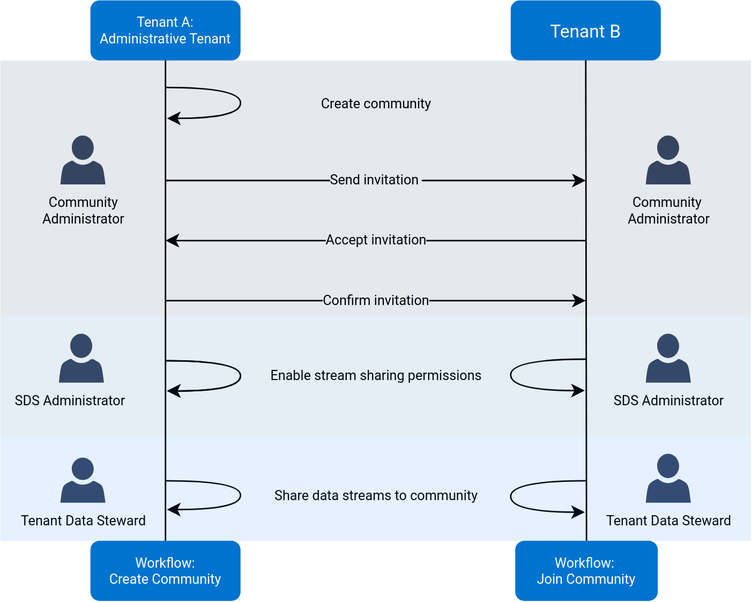
Above: content/communities/images/workflow-community-setup.drawio.svg in AVEVA/CONNECT-data-services-developer-docs (draw.io), before the change. Source tidied: cells renumbered, new cells last; positions are measured from the earlier drawing's top-left corner, leaving out a move shared by most shapes.
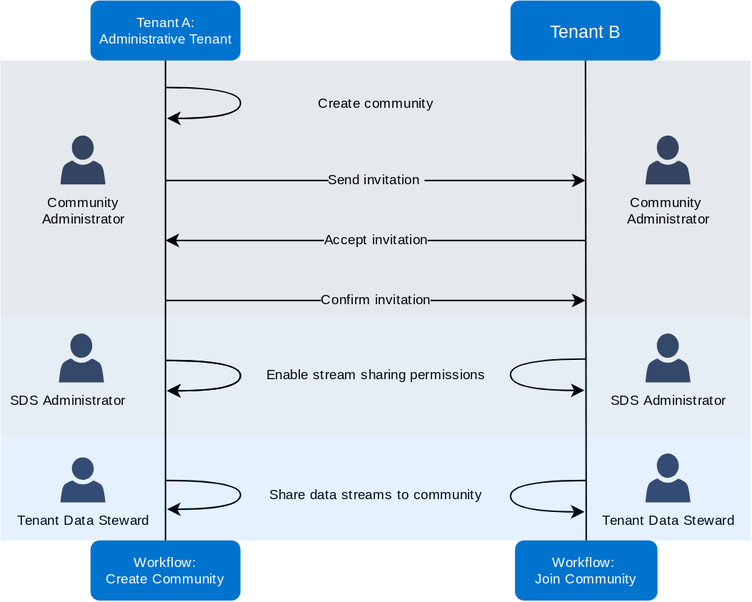
Later version of the same file.

Commit message:
updating backgrounds, fonts

Change to the diagram source:
```diff
@@ -1,14 +1,14 @@
-<mxGraphModel>
+<mxGraphModel background="#FFFFFF">
   <root>
     <mxCell id="0" />
     <mxCell id="1" parent="0" />
-    <mxCell id="2" style="group;" parent="1" vertex="1">
+    <mxCell id="2" style="group;fontFamily=segoe ui;fontSource=https%3A%2F%2Ffonts.googleapis.com%2Fcss2%3Ffamily%3DTitillium%2BWeb%26display%3Dswap;" parent="1" vertex="1">
       <mxGeometry width="500" height="400" as="geometry" />
     </mxCell>
-    <mxCell id="3" value="Tenant A:&#10;Administrative Tenant" style="shape=umlLifeline;perimeter=lifelinePerimeter;rounded=1;shadow=0;strokeWidth=1;fontFamily=roboto;fontSource=https%3A%2F%2Ffonts.googleapis.com%2Fcss%3Ffamily%3Droboto;fillColor=#0073CF;fontColor=#FFFFFF;strokeColor=none;fontSize=9;" parent="2" vertex="1">
+    <mxCell id="3" value="Tenant A:&#10;Administrative Tenant" style="shape=umlLifeline;perimeter=lifelinePerimeter;rounded=1;shadow=0;strokeWidth=1;fontFamily=segoe ui;fontSource=https%3A%2F%2Ffonts.googleapis.com%2Fcss2%3Ffamily%3DTitillium%2BWeb%26display%3Dswap;fillColor=#0073CF;fontColor=#FFFFFF;strokeColor=none;fontSize=9;" parent="2" vertex="1">
       <mxGeometry x="60" width="100" height="360" as="geometry" />
     </mxCell>
-    <mxCell id="4" style="endArrow=classic;html=1;rounded=0;fontSize=9;edgeStyle=orthogonalEdgeStyle;curved=1;entryX=0.51;entryY=0.221;entryDx=0;entryDy=0;entryPerimeter=0;startArrow=none;exitX=0.508;exitY=0.165;exitDx=0;exitDy=0;exitPerimeter=0;fontFamily=roboto;fontSource=https%3A%2F%2Ffonts.googleapis.com%2Fcss%3Ffamily%3Droboto;" parent="3" edge="1">
+    <mxCell id="4" style="endArrow=classic;html=1;rounded=0;fontSize=9;edgeStyle=orthogonalEdgeStyle;curved=1;entryX=0.51;entryY=0.221;entryDx=0;entryDy=0;entryPerimeter=0;startArrow=none;exitX=0.508;exitY=0.165;exitDx=0;exitDy=0;exitPerimeter=0;fontFamily=segoe ui;fontSource=https%3A%2F%2Ffonts.googleapis.com%2Fcss2%3Ffamily%3DTitillium%2BWeb%26display%3Dswap;" parent="3" edge="1">
       <mxGeometry x="0.03" y="30" relative="1" as="geometry">
         <mxPoint x="50.8" y="240" as="sourcePoint" />
         <mxPoint x="51" y="260.2" as="targetPoint" />
@@ -18,10 +18,10 @@
         </Array>
       </mxGeometry>
     </mxCell>
-    <mxCell id="5" value="Tenant B" style="shape=umlLifeline;perimeter=lifelinePerimeter;rounded=1;shadow=0;strokeWidth=1;strokeColor=none;fontFamily=roboto;fontSource=https%3A%2F%2Ffonts.googleapis.com%2Fcss%3Ffamily%3Droboto;fillColor=#0073CF;fontColor=#FFFFFF;" parent="2" vertex="1">
+    <mxCell id="5" value="Tenant B" style="shape=umlLifeline;perimeter=lifelinePerimeter;rounded=1;shadow=0;strokeWidth=1;strokeColor=none;fontFamily=segoe ui;fontSource=https%3A%2F%2Ffonts.googleapis.com%2Fcss2%3Ffamily%3DTitillium%2BWeb%26display%3Dswap;fillColor=#0073CF;fontColor=#FFFFFF;" parent="2" vertex="1">
       <mxGeometry x="340" width="100" height="360" as="geometry" />
     </mxCell>
-    <mxCell id="6" style="endArrow=classic;html=1;rounded=0;fontSize=9;edgeStyle=orthogonalEdgeStyle;curved=1;entryX=0.494;entryY=0.722;entryDx=0;entryDy=0;entryPerimeter=0;startArrow=none;endFill=1;startFill=0;fontFamily=roboto;fontSource=https%3A%2F%2Ffonts.googleapis.com%2Fcss%3Ffamily%3Droboto;" parent="5" edge="1">
+    <mxCell id="6" style="endArrow=classic;html=1;rounded=0;fontSize=9;edgeStyle=orthogonalEdgeStyle;curved=1;entryX=0.494;entryY=0.722;entryDx=0;entryDy=0;entryPerimeter=0;startArrow=none;endFill=1;startFill=0;fontFamily=segoe ui;fontSource=https%3A%2F%2Ffonts.googleapis.com%2Fcss2%3Ffamily%3DTitillium%2BWeb%26display%3Dswap;" parent="5" edge="1">
       <mxGeometry y="-30" relative="1" as="geometry">
         <mxPoint x="50" y="320" as="sourcePoint" />
         <mxPoint x="49.4" y="340.9" as="targetPoint" />
@@ -31,10 +31,10 @@
         </Array>
       </mxGeometry>
     </mxCell>
-    <mxCell id="7" value="&lt;font style=&quot;font-size: 9px;&quot;&gt;Workflow:&amp;nbsp;&lt;br&gt;Join Community&lt;br&gt;&lt;/font&gt;" style="rounded=1;whiteSpace=wrap;html=1;fontSize=9;strokeColor=none;fontFamily=roboto;fontSource=https%3A%2F%2Ffonts.googleapis.com%2Fcss%3Ffamily%3Droboto;fillColor=#0073CF;fontColor=#FFFFFF;glass=0;" parent="2" vertex="1">
+    <mxCell id="7" value="&lt;font style=&quot;font-size: 9px;&quot;&gt;Workflow:&amp;nbsp;&lt;br&gt;Join Community&lt;br&gt;&lt;/font&gt;" style="rounded=1;whiteSpace=wrap;html=1;fontSize=9;strokeColor=none;fontFamily=segoe ui;fontSource=https%3A%2F%2Ffonts.googleapis.com%2Fcss2%3Ffamily%3DTitillium%2BWeb%26display%3Dswap;fillColor=#0073CF;fontColor=#FFFFFF;glass=0;" parent="2" vertex="1">
       <mxGeometry x="343" y="360" width="95" height="40" as="geometry" />
     </mxCell>
-    <mxCell id="8" value="Create community" style="endArrow=classic;html=1;rounded=0;fontSize=9;edgeStyle=orthogonalEdgeStyle;curved=1;entryX=0.51;entryY=0.221;entryDx=0;entryDy=0;entryPerimeter=0;startArrow=none;fontFamily=roboto;fontSource=https%3A%2F%2Ffonts.googleapis.com%2Fcss%3Ffamily%3Droboto;" parent="2" edge="1">
+    <mxCell id="8" value="Create community" style="endArrow=classic;html=1;rounded=0;fontSize=9;edgeStyle=orthogonalEdgeStyle;curved=1;entryX=0.51;entryY=0.221;entryDx=0;entryDy=0;entryPerimeter=0;startArrow=none;fontFamily=segoe ui;fontSource=https%3A%2F%2Ffonts.googleapis.com%2Fcss2%3Ffamily%3DTitillium%2BWeb%26display%3Dswap;" parent="2" edge="1">
       <mxGeometry x="0.03" y="90" relative="1" as="geometry">
         <mxPoint x="110" y="58" as="sourcePoint" />
         <mxPoint x="111" y="78.6" as="targetPoint" />
@@ -44,28 +44,28 @@
         </Array>
       </mxGeometry>
     </mxCell>
-    <mxCell id="9" value="&lt;font style=&quot;font-size: 9px;&quot;&gt;Workflow: &lt;br&gt;Create Community&lt;/font&gt;" style="rounded=1;whiteSpace=wrap;html=1;fontSize=9;strokeColor=none;fontFamily=roboto;fontSource=https%3A%2F%2Ffonts.googleapis.com%2Fcss%3Ffamily%3Droboto;fillColor=#0073CF;fontColor=#FFFFFF;glass=0;" parent="2" vertex="1">
+    <mxCell id="9" value="&lt;font style=&quot;font-size: 9px;&quot;&gt;Workflow: &lt;br&gt;Create Community&lt;/font&gt;" style="rounded=1;whiteSpace=wrap;html=1;fontSize=9;strokeColor=none;fontFamily=segoe ui;fontSource=https%3A%2F%2Ffonts.googleapis.com%2Fcss2%3Ffamily%3DTitillium%2BWeb%26display%3Dswap;fillColor=#0073CF;fontColor=#FFFFFF;glass=0;" parent="2" vertex="1">
       <mxGeometry x="60" y="360" width="100" height="40" as="geometry" />
     </mxCell>
-    <mxCell id="10" value="Send invitation&amp;nbsp;" style="endArrow=classic;html=1;rounded=0;fontSize=9;curved=1;fontFamily=roboto;fontSource=https%3A%2F%2Ffonts.googleapis.com%2Fcss%3Ffamily%3Droboto;labelBackgroundColor=default;" parent="2" edge="1">
+    <mxCell id="10" value="Send invitation&amp;nbsp;" style="endArrow=classic;html=1;rounded=0;fontSize=9;curved=1;fontFamily=segoe ui;fontSource=https%3A%2F%2Ffonts.googleapis.com%2Fcss2%3Ffamily%3DTitillium%2BWeb%26display%3Dswap;labelBackgroundColor=default;" parent="2" edge="1">
       <mxGeometry relative="1" as="geometry">
         <mxPoint x="110" y="120" as="sourcePoint" />
         <mxPoint x="390" y="120" as="targetPoint" />
       </mxGeometry>
     </mxCell>
-    <mxCell id="11" value="Accept invitation" style="endArrow=classic;html=1;rounded=0;fontSize=9;curved=1;fontFamily=roboto;fontSource=https%3A%2F%2Ffonts.googleapis.com%2Fcss%3Ffamily%3Droboto;" parent="2" edge="1">
+    <mxCell id="11" value="Accept invitation" style="endArrow=classic;html=1;rounded=0;fontSize=9;curved=1;fontFamily=segoe ui;fontSource=https%3A%2F%2Ffonts.googleapis.com%2Fcss2%3Ffamily%3DTitillium%2BWeb%26display%3Dswap;" parent="2" edge="1">
       <mxGeometry relative="1" as="geometry">
         <mxPoint x="390" y="160" as="sourcePoint" />
         <mxPoint x="110" y="160" as="targetPoint" />
       </mxGeometry>
     </mxCell>
-    <mxCell id="12" value="Confirm invitation" style="endArrow=classic;html=1;rounded=0;fontSize=9;curved=1;fontFamily=roboto;fontSource=https%3A%2F%2Ffonts.googleapis.com%2Fcss%3Ffamily%3Droboto;" parent="2" edge="1">
+    <mxCell id="12" value="Confirm invitation" style="endArrow=classic;html=1;rounded=0;fontSize=9;curved=1;fontFamily=segoe ui;fontSource=https%3A%2F%2Ffonts.googleapis.com%2Fcss2%3Ffamily%3DTitillium%2BWeb%26display%3Dswap;" parent="2" edge="1">
       <mxGeometry relative="1" as="geometry">
         <mxPoint x="110" y="200" as="sourcePoint" />
         <mxPoint x="390" y="200" as="targetPoint" />
       </mxGeometry>
     </mxCell>
-    <mxCell id="13" value="Enable stream sharing permissions" style="endArrow=classic;html=1;rounded=0;fontSize=9;edgeStyle=orthogonalEdgeStyle;curved=1;entryX=0.51;entryY=0.221;entryDx=0;entryDy=0;entryPerimeter=0;startArrow=none;fontFamily=roboto;fontSource=https%3A%2F%2Ffonts.googleapis.com%2Fcss%3Ffamily%3Droboto;" parent="2" edge="1">
+    <mxCell id="13" value="Enable stream sharing permissions" style="endArrow=classic;html=1;rounded=0;fontSize=9;edgeStyle=orthogonalEdgeStyle;curved=1;entryX=0.51;entryY=0.221;entryDx=0;entryDy=0;entryPerimeter=0;startArrow=none;fontFamily=segoe ui;fontSource=https%3A%2F%2Ffonts.googleapis.com%2Fcss2%3Ffamily%3DTitillium%2BWeb%26display%3Dswap;" parent="2" edge="1">
       <mxGeometry y="90" relative="1" as="geometry">
         <mxPoint x="110" y="240" as="sourcePoint" />
         <mxPoint x="111" y="260.2" as="targetPoint" />
@@ -75,7 +75,7 @@
         </Array>
       </mxGeometry>
     </mxCell>
-    <mxCell id="14" style="endArrow=classic;html=1;rounded=0;fontSize=9;edgeStyle=orthogonalEdgeStyle;curved=1;entryX=0.494;entryY=0.722;entryDx=0;entryDy=0;entryPerimeter=0;startArrow=none;endFill=1;startFill=0;fontFamily=roboto;fontSource=https%3A%2F%2Ffonts.googleapis.com%2Fcss%3Ffamily%3Droboto;" parent="2" edge="1" target="5">
+    <mxCell id="14" style="endArrow=classic;html=1;rounded=0;fontSize=9;edgeStyle=orthogonalEdgeStyle;curved=1;entryX=0.494;entryY=0.722;entryDx=0;entryDy=0;entryPerimeter=0;startArrow=none;endFill=1;startFill=0;fontFamily=segoe ui;fontSource=https%3A%2F%2Ffonts.googleapis.com%2Fcss2%3Ffamily%3DTitillium%2BWeb%26display%3Dswap;" parent="2" edge="1" target="5">
       <mxGeometry y="-30" relative="1" as="geometry">
         <mxPoint x="390" y="239" as="sourcePoint" />
         <Array as="points">
@@ -84,13 +84,13 @@
         </Array>
       </mxGeometry>
     </mxCell>
-    <mxCell id="15" value="Community&amp;nbsp;&lt;br style=&quot;font-size: 9px;&quot;&gt;Administrator" style="sketch=0;shadow=0;dashed=0;html=1;strokeColor=none;fillColor=#3a4763;labelPosition=center;verticalLabelPosition=bottom;verticalAlign=top;align=center;shape=mxgraph.office.users.user;fontSize=9;fontFamily=roboto;fontSource=https%3A%2F%2Ffonts.googleapis.com%2Fcss%3Ffamily%3Droboto;" parent="2" vertex="1">
+    <mxCell id="15" value="Community&amp;nbsp;&lt;br style=&quot;font-size: 9px;&quot;&gt;Administrator" style="sketch=0;shadow=0;dashed=0;html=1;strokeColor=none;fillColor=#3a4763;labelPosition=center;verticalLabelPosition=bottom;verticalAlign=top;align=center;shape=mxgraph.office.users.user;fontSize=9;fontFamily=segoe ui;fontSource=https%3A%2F%2Ffonts.googleapis.com%2Fcss2%3Ffamily%3DTitillium%2BWeb%26display%3Dswap;" parent="2" vertex="1">
       <mxGeometry x="430" y="90" width="30" height="32.6" as="geometry" />
     </mxCell>
-    <mxCell id="16" value="SDS Administrator" style="sketch=0;shadow=0;dashed=0;html=1;strokeColor=none;fillColor=#3a4763;labelPosition=center;verticalLabelPosition=bottom;verticalAlign=top;align=center;shape=mxgraph.office.users.user;fontSize=9;fontFamily=roboto;fontSource=https%3A%2F%2Ffonts.googleapis.com%2Fcss%3Ffamily%3Droboto;" parent="2" vertex="1">
+    <mxCell id="16" value="SDS Administrator" style="sketch=0;shadow=0;dashed=0;html=1;strokeColor=none;fillColor=#3a4763;labelPosition=center;verticalLabelPosition=bottom;verticalAlign=top;align=center;shape=mxgraph.office.users.user;fontSize=9;fontFamily=segoe ui;fontSource=https%3A%2F%2Ffonts.googleapis.com%2Fcss2%3Ffamily%3DTitillium%2BWeb%26display%3Dswap;" parent="2" vertex="1">
       <mxGeometry x="430" y="222" width="30" height="32.6" as="geometry" />
     </mxCell>
-    <mxCell id="17" value="Share data streams to community" style="endArrow=classic;html=1;rounded=0;fontSize=9;edgeStyle=orthogonalEdgeStyle;curved=1;entryX=0.51;entryY=0.221;entryDx=0;entryDy=0;entryPerimeter=0;startArrow=none;fontFamily=roboto;fontSource=https%3A%2F%2Ffonts.googleapis.com%2Fcss%3Ffamily%3Droboto;" parent="2" edge="1">
+    <mxCell id="17" value="Share data streams to community" style="endArrow=classic;html=1;rounded=0;fontSize=9;edgeStyle=orthogonalEdgeStyle;curved=1;entryX=0.51;entryY=0.221;entryDx=0;entryDy=0;entryPerimeter=0;startArrow=none;fontFamily=segoe ui;fontSource=https%3A%2F%2Ffonts.googleapis.com%2Fcss2%3Ffamily%3DTitillium%2BWeb%26display%3Dswap;" parent="2" edge="1">
       <mxGeometry x="0.02" y="90" relative="1" as="geometry">
         <mxPoint x="110" y="320" as="sourcePoint" />
         <mxPoint x="111" y="339.2" as="targetPoint" />
@@ -100,33 +100,33 @@
         </Array>
       </mxGeometry>
     </mxCell>
-    <mxCell id="18" value="Tenant Data Steward" style="sketch=0;shadow=0;dashed=0;html=1;strokeColor=none;fillColor=#3a4763;labelPosition=center;verticalLabelPosition=bottom;verticalAlign=top;align=center;shape=mxgraph.office.users.user;fontSize=9;fontFamily=roboto;fontSource=https%3A%2F%2Ffonts.googleapis.com%2Fcss%3Ffamily%3Droboto;" parent="2" vertex="1">
+    <mxCell id="18" value="Tenant Data Steward" style="sketch=0;shadow=0;dashed=0;html=1;strokeColor=none;fillColor=#3a4763;labelPosition=center;verticalLabelPosition=bottom;verticalAlign=top;align=center;shape=mxgraph.office.users.user;fontSize=9;fontFamily=segoe ui;fontSource=https%3A%2F%2Ffonts.googleapis.com%2Fcss2%3Ffamily%3DTitillium%2BWeb%26display%3Dswap;" parent="2" vertex="1">
       <mxGeometry x="430" y="302" width="30" height="32.6" as="geometry" />
     </mxCell>
-    <mxCell id="19" value="SDS Administrator&lt;span style=&quot;white-space: pre;&quot;&gt;&#9;&lt;/span&gt;" style="sketch=0;shadow=0;dashed=0;html=1;strokeColor=none;fillColor=#3a4763;labelPosition=center;verticalLabelPosition=bottom;verticalAlign=top;align=center;shape=mxgraph.office.users.user;fontSize=9;fontFamily=roboto;fontSource=https%3A%2F%2Ffonts.googleapis.com%2Fcss%3Ffamily%3Droboto;" parent="2" vertex="1">
+    <mxCell id="19" value="SDS Administrator&lt;span style=&quot;white-space: pre;&quot;&gt;&#9;&lt;/span&gt;" style="sketch=0;shadow=0;dashed=0;html=1;strokeColor=none;fillColor=#3a4763;labelPosition=center;verticalLabelPosition=bottom;verticalAlign=top;align=center;shape=mxgraph.office.users.user;fontSize=9;fontFamily=segoe ui;fontSource=https%3A%2F%2Ffonts.googleapis.com%2Fcss2%3Ffamily%3DTitillium%2BWeb%26display%3Dswap;" parent="2" vertex="1">
       <mxGeometry x="39" y="222" width="30" height="32.6" as="geometry" />
     </mxCell>
-    <mxCell id="20" value="Tenant Data Steward" style="sketch=0;shadow=0;dashed=0;html=1;strokeColor=none;fillColor=#3a4763;labelPosition=center;verticalLabelPosition=bottom;verticalAlign=top;align=center;shape=mxgraph.office.users.user;fontSize=9;fontFamily=roboto;fontSource=https%3A%2F%2Ffonts.googleapis.com%2Fcss%3Ffamily%3Droboto;" parent="2" vertex="1">
+    <mxCell id="20" value="Tenant Data Steward" style="sketch=0;shadow=0;dashed=0;html=1;strokeColor=none;fillColor=#3a4763;labelPosition=center;verticalLabelPosition=bottom;verticalAlign=top;align=center;shape=mxgraph.office.users.user;fontSize=9;fontFamily=segoe ui;fontSource=https%3A%2F%2Ffonts.googleapis.com%2Fcss2%3Ffamily%3DTitillium%2BWeb%26display%3Dswap;" parent="2" vertex="1">
       <mxGeometry x="40" y="304.6" width="30" height="30" as="geometry" />
     </mxCell>
-    <mxCell id="21" value="Community&lt;br style=&quot;font-size: 9px;&quot;&gt;Administrator" style="sketch=0;shadow=0;dashed=0;html=1;strokeColor=none;fillColor=#3a4763;labelPosition=center;verticalLabelPosition=bottom;verticalAlign=top;align=center;shape=mxgraph.office.users.user;fontSize=9;fontFamily=roboto;fontSource=https%3A%2F%2Ffonts.googleapis.com%2Fcss%3Ffamily%3Droboto;" parent="2" vertex="1">
+    <mxCell id="21" value="Community&lt;br style=&quot;font-size: 9px;&quot;&gt;Administrator" style="sketch=0;shadow=0;dashed=0;html=1;strokeColor=none;fillColor=#3a4763;labelPosition=center;verticalLabelPosition=bottom;verticalAlign=top;align=center;shape=mxgraph.office.users.user;fontSize=9;fontFamily=segoe ui;fontSource=https%3A%2F%2Ffonts.googleapis.com%2Fcss2%3Ffamily%3DTitillium%2BWeb%26display%3Dswap;" parent="2" vertex="1">
       <mxGeometry x="40" y="90" width="30" height="32.6" as="geometry" />
     </mxCell>
-    <mxCell id="22" style="endArrow=none;html=1;rounded=0;fontFamily=Mulish;fontSource=https%3A%2F%2Ffonts.googleapis.com%2Fcss%3Ffamily%3DMulish;fontSize=12;fontColor=#FFFFFF;curved=1;exitX=0.5;exitY=0;exitDx=0;exitDy=0;" parent="2" edge="1" source="9">
+    <mxCell id="22" style="endArrow=none;html=1;rounded=0;fontFamily=segoe ui;fontSource=https%3A%2F%2Ffonts.googleapis.com%2Fcss2%3Ffamily%3DTitillium%2BWeb%26display%3Dswap;fontSize=12;fontColor=#FFFFFF;curved=1;exitX=0.5;exitY=0;exitDx=0;exitDy=0;" parent="2" edge="1" source="9">
       <mxGeometry relative="1" as="geometry">
         <mxPoint x="110" y="40" as="targetPoint" />
       </mxGeometry>
     </mxCell>
-    <mxCell id="23" style="endArrow=none;html=1;rounded=0;fontFamily=Mulish;fontSource=https%3A%2F%2Ffonts.googleapis.com%2Fcss%3Ffamily%3DMulish;fontSize=12;fontColor=#FFFFFF;curved=1;entryX=0.5;entryY=0.111;entryDx=0;entryDy=0;entryPerimeter=0;exitX=0.5;exitY=0;exitDx=0;exitDy=0;" parent="2" edge="1" source="7" target="5">
+    <mxCell id="23" style="endArrow=none;html=1;rounded=0;fontFamily=segoe ui;fontSource=https%3A%2F%2Ffonts.googleapis.com%2Fcss2%3Ffamily%3DTitillium%2BWeb%26display%3Dswap;fontSize=12;fontColor=#FFFFFF;curved=1;entryX=0.5;entryY=0.111;entryDx=0;entryDy=0;entryPerimeter=0;exitX=0.5;exitY=0;exitDx=0;exitDy=0;" parent="2" edge="1" source="7" target="5">
       <mxGeometry relative="1" as="geometry" />
     </mxCell>
-    <mxCell id="24" style="rounded=0;whiteSpace=wrap;html=1;glass=0;fontFamily=Mulish;fontSource=https%3A%2F%2Ffonts.googleapis.com%2Fcss%3Ffamily%3DMulish;fontSize=12;strokeColor=none;fillColor=#002b4e;opacity=10;textOpacity=30;" parent="2" vertex="1">
+    <mxCell id="24" style="rounded=0;whiteSpace=wrap;html=1;glass=0;fontFamily=segoe ui;fontSource=https%3A%2F%2Ffonts.googleapis.com%2Fcss2%3Ffamily%3DTitillium%2BWeb%26display%3Dswap;fontSize=12;strokeColor=none;fillColor=#002b4e;opacity=10;textOpacity=30;" parent="2" vertex="1">
       <mxGeometry y="40" width="500" height="170" as="geometry" />
     </mxCell>
-    <mxCell id="25" style="rounded=0;whiteSpace=wrap;html=1;glass=0;fontFamily=Mulish;fontSource=https%3A%2F%2Ffonts.googleapis.com%2Fcss%3Ffamily%3DMulish;fontSize=12;fontColor=#FFFFFF;strokeColor=none;fillColor=#007bff;opacity=10;" parent="2" vertex="1">
+    <mxCell id="25" style="rounded=0;whiteSpace=wrap;html=1;glass=0;fontFamily=segoe ui;fontSource=https%3A%2F%2Ffonts.googleapis.com%2Fcss2%3Ffamily%3DTitillium%2BWeb%26display%3Dswap;fontSize=12;fontColor=#FFFFFF;strokeColor=none;fillColor=#007bff;opacity=10;" parent="2" vertex="1">
       <mxGeometry y="290" width="500" height="70" as="geometry" />
     </mxCell>
-    <mxCell id="26" style="rounded=0;whiteSpace=wrap;html=1;glass=0;fontFamily=Mulish;fontSource=https%3A%2F%2Ffonts.googleapis.com%2Fcss%3Ffamily%3DMulish;fontSize=12;fontColor=#FFFFFF;strokeColor=none;fillColor=#00559a;opacity=10;" parent="2" vertex="1">
+    <mxCell id="26" style="rounded=0;whiteSpace=wrap;html=1;glass=0;fontFamily=segoe ui;fontSource=https%3A%2F%2Ffonts.googleapis.com%2Fcss2%3Ffamily%3DTitillium%2BWeb%26display%3Dswap;fontSize=12;fontColor=#FFFFFF;strokeColor=none;fillColor=#00559a;opacity=10;" parent="2" vertex="1">
       <mxGeometry y="210" width="500" height="80" as="geometry" />
     </mxCell>
   </root>
```
